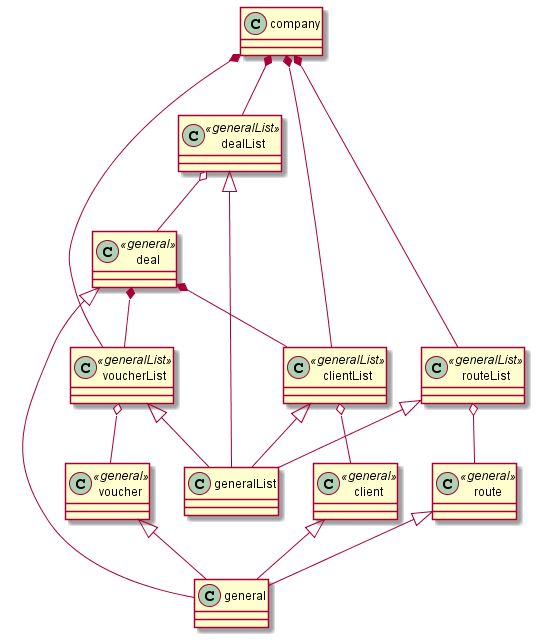
This is out/diagSergey/diag1.png from Umnica/OOP, a PlantUML export, as it was before one commit.
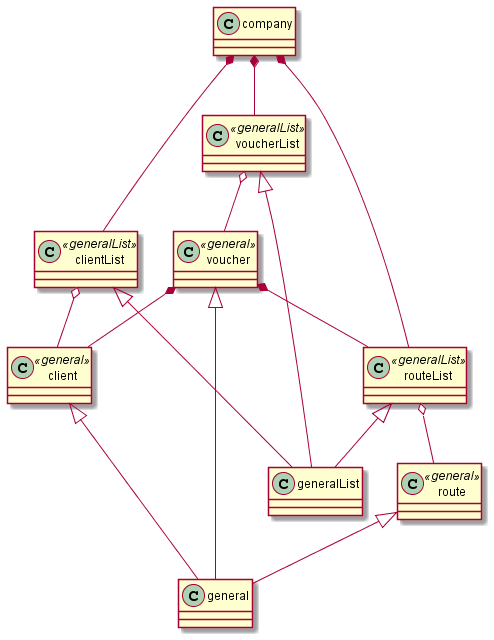
After the change.

Change to the diagram source:
```diff
@@ -12,6 +12,8 @@
 class voucher <<general>> {
 }
 voucher <|-- general
+voucher *-- client
+voucher *-- routeList
 
 class generalList {
 }
@@ -31,24 +33,10 @@
 voucherList <|-- generalList
 voucherList o-- voucher
 
-
-class deal <<general>> {
-}
-deal <|-- general
-deal *-- voucherList
-deal *-- clientList
-
-
-class dealList <<generalList>> {
-}
-dealList <|-- generalList
-dealList o-- deal
-
 class company {
 }
 company *-- voucherList
 company *-- clientList
 company *-- routeList
-company *-- dealList
 
 @enduml
```
